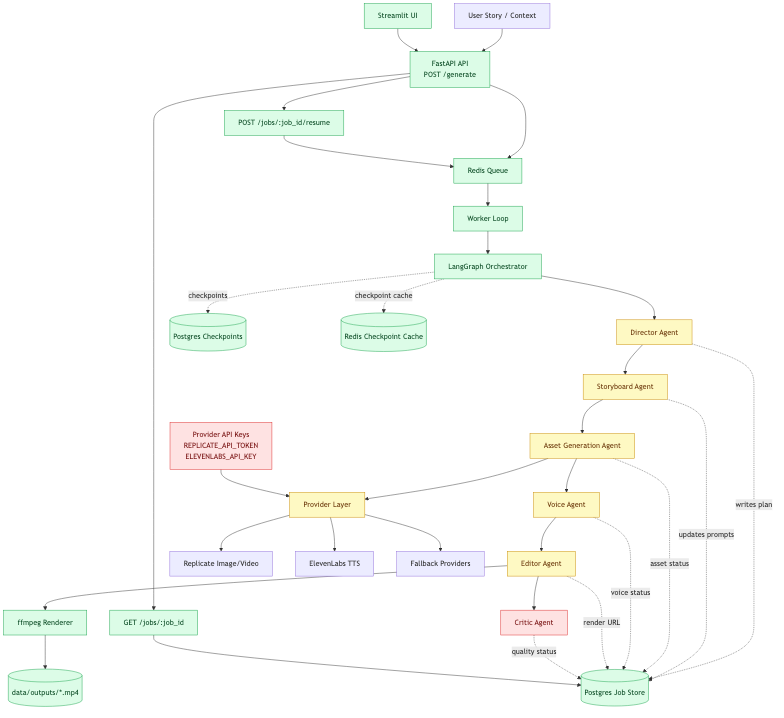
Earlier version of the Mermaid export doc/architecture.png (JaydipSingh/agentic-video-generator). Its source is kept beside it as doc/architecture.mmd. Its diagram source:
```mermaid
flowchart TB
    U[User Story / Context] --> API[FastAPI API\nPOST /generate]
    UI[Streamlit UI] --> API
    API --> Q[Redis Queue]
    Q --> W[Worker Loop]
    W --> LG[LangGraph Orchestrator]

    LG --> D[Director Agent]
    D --> S[Storyboard Agent]
    S --> A[Asset Generation Agent]
    A --> V[Voice Agent]
    V --> E[Editor Agent]
    E --> C[Critic Agent]

    D -. writes plan .-> PG[(Postgres Job Store)]
    S -. updates prompts .-> PG
    A -. asset status .-> PG
    V -. voice status .-> PG
    E -. render URL .-> PG
    C -. quality status .-> PG
    LG -. checkpoints .-> CPG[(Postgres Checkpoints)]
    LG -. checkpoint cache .-> CR[(Redis Checkpoint Cache)]

    A --> P[Provider Layer]
    P --> RI[Replicate Image/Video]
    P --> EL[ElevenLabs TTS]
    P --> FB[Fallback Providers]

    E --> FF[ffmpeg Renderer]
    FF --> OUT[(data/outputs/*.mp4)]

    API --> JS[GET /jobs/:job_id]
    API --> RS[POST /jobs/:job_id/resume]
    JS --> PG
    RS --> Q

    K[Provider API Keys\nREPLICATE_API_TOKEN\nELEVENLABS_API_KEY] --> P

    classDef done fill:#dcfce7,stroke:#16a34a,color:#14532d;
    classDef partial fill:#fef9c3,stroke:#ca8a04,color:#713f12;
    classDef pending fill:#fee2e2,stroke:#dc2626,color:#7f1d1d;

    class API,Q,W,PG,CPG,CR,FF,OUT,JS,RS,LG,UI done;
    class D,S,A,V,E,P partial;
    class K pending;
    class C pending;
```
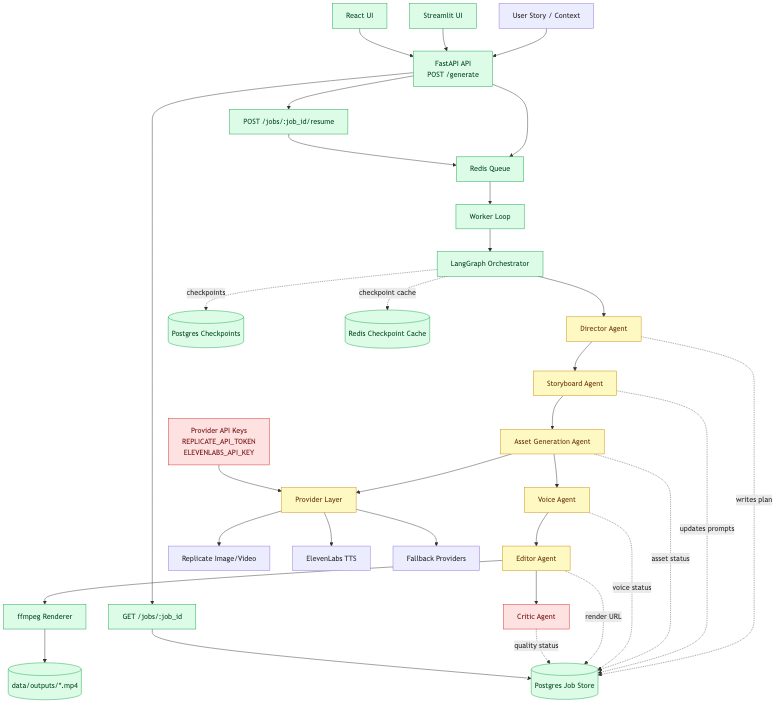
After the commit.

Diff of the diagram source:
```diff
@@ -1,6 +1,7 @@
 flowchart TB
     U[User Story / Context] --> API[FastAPI API\nPOST /generate]
     UI[Streamlit UI] --> API
+    REACT[React UI] --> API
     API --> Q[Redis Queue]
     Q --> W[Worker Loop]
     W --> LG[LangGraph Orchestrator]
@@ -40,7 +41,7 @@
     classDef partial fill:#fef9c3,stroke:#ca8a04,color:#713f12;
     classDef pending fill:#fee2e2,stroke:#dc2626,color:#7f1d1d;
 
-    class API,Q,W,PG,CPG,CR,FF,OUT,JS,RS,LG,UI done;
+    class API,Q,W,PG,CPG,CR,FF,OUT,JS,RS,LG,UI,REACT done;
     class D,S,A,V,E,P partial;
     class K pending;
     class C pending;
```
